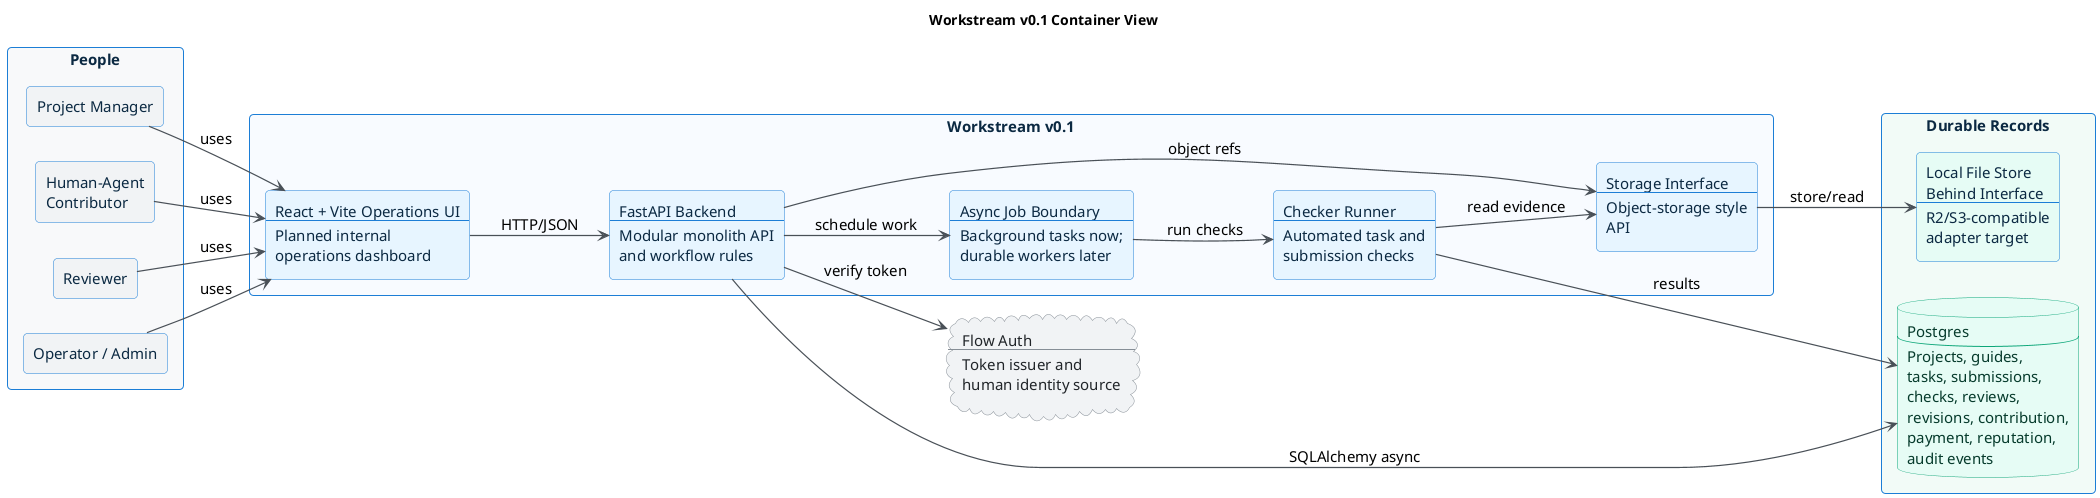
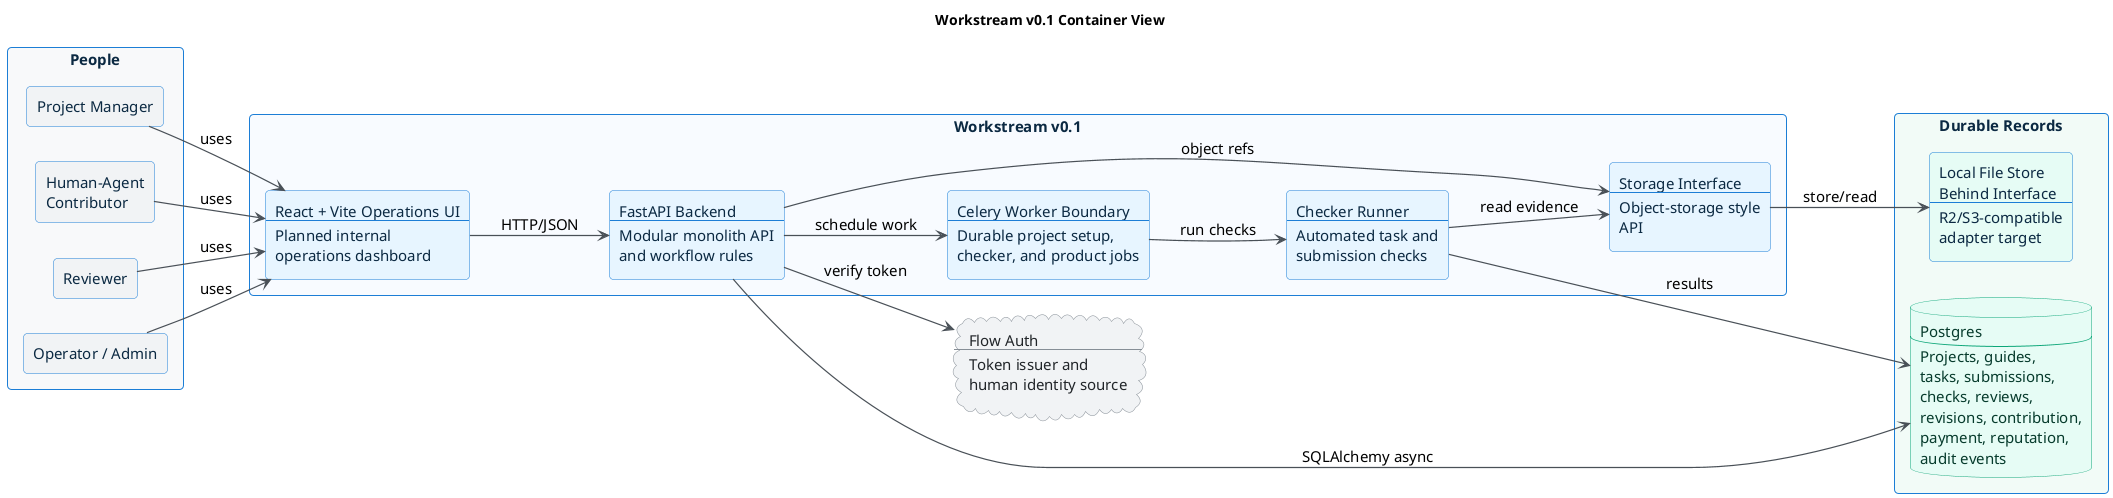
@startuml workstream_v01_container
title Workstream v0.1 Container View

left to right direction

skinparam backgroundColor #FFFFFF
skinparam shadowing false
skinparam roundcorner 8
skinparam defaultFontName Arial
skinparam defaultFontSize 15
skinparam ArrowColor #495057
skinparam ArrowThickness 1.2
skinparam packageStyle rectangle
skinparam rectangle {
  BorderColor #1C7ED6
  BackgroundColor #E7F5FF
  FontColor #0B2942
}
skinparam database {
  BorderColor #0CA678
  BackgroundColor #E6FCF5
  FontColor #063B2C
}
skinparam cloud {
  BorderColor #868E96
  BackgroundColor #F1F3F5
  FontColor #212529
}

package "People" #F8F9FA {
  rectangle "Project Manager" as project_manager #F1F3F5
  rectangle "Human-Agent\nContributor" as worker #F1F3F5
  rectangle "Reviewer" as reviewer #F1F3F5
  rectangle "Operator / Admin" as operator #F1F3F5
}

cloud "Flow Auth\n----\nToken issuer and\nhuman identity source" as flow_auth

package "Workstream v0.1" #F8FBFF {
  rectangle "React + Vite Operations UI\n----\nPlanned internal\noperations dashboard" as frontend
  rectangle "FastAPI Backend\n----\nModular monolith API\nand workflow rules" as api
-   rectangle "Async Job Boundary\n----\nBackground tasks now;\ndurable workers later" as jobs
+   rectangle "Celery Worker Boundary\n----\nDurable project setup,\nchecker, and product jobs" as jobs
  rectangle "Checker Runner\n----\nAutomated task and\nsubmission checks" as checker
  rectangle "Storage Interface\n----\nObject-storage style\nAPI" as storage_adapter
}

package "Durable Records" #F2FBF7 {
  database "Postgres\n----\nProjects, guides,\ntasks, submissions,\nchecks, reviews,\nrevisions, contribution,\npayment, reputation,\naudit events" as postgres
  rectangle "Local File Store\nBehind Interface\n----\nR2/S3-compatible\nadapter target" as file_store #E6FCF5
}

project_manager --> frontend : uses
worker --> frontend : uses
reviewer --> frontend : uses
operator --> frontend : uses

frontend --> api : HTTP/JSON
api --> flow_auth : verify token
api --> postgres : SQLAlchemy async
api --> storage_adapter : object refs
api --> jobs : schedule work
jobs --> checker : run checks
checker --> postgres : results
checker --> storage_adapter : read evidence
storage_adapter --> file_store : store/read

@enduml
